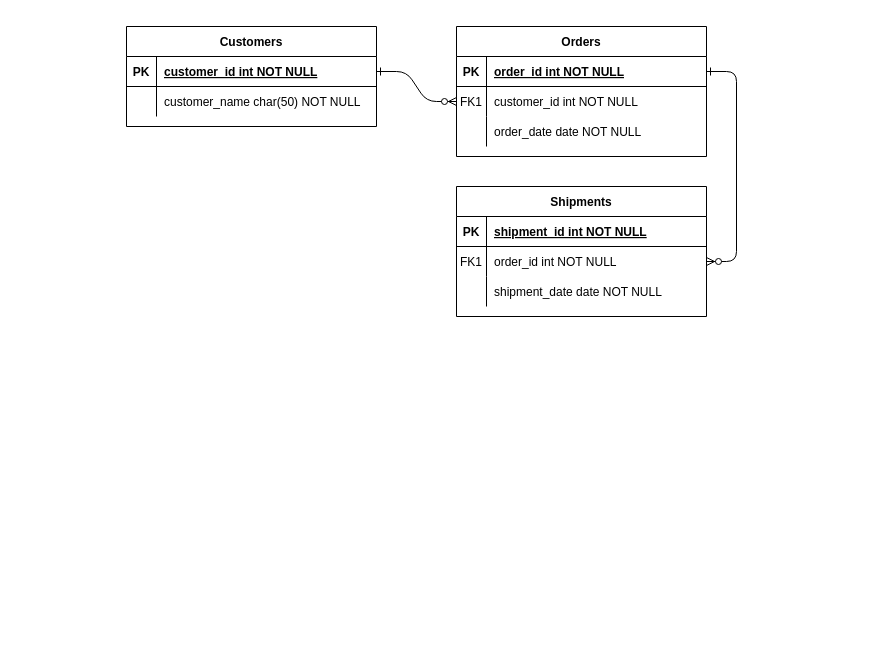
Above: GameShopERD.drawio in OmerMubarak/verbose-octo-journey (draw.io), before the change. Source tidied: cells renumbered, new cells numbered last; positions are measured from the earlier drawing's top-left corner, leaving out a move shared by most shapes. Both pictures are drawn from the tidied source at 100%, with x=0, y=0 at pixel (126, 26).
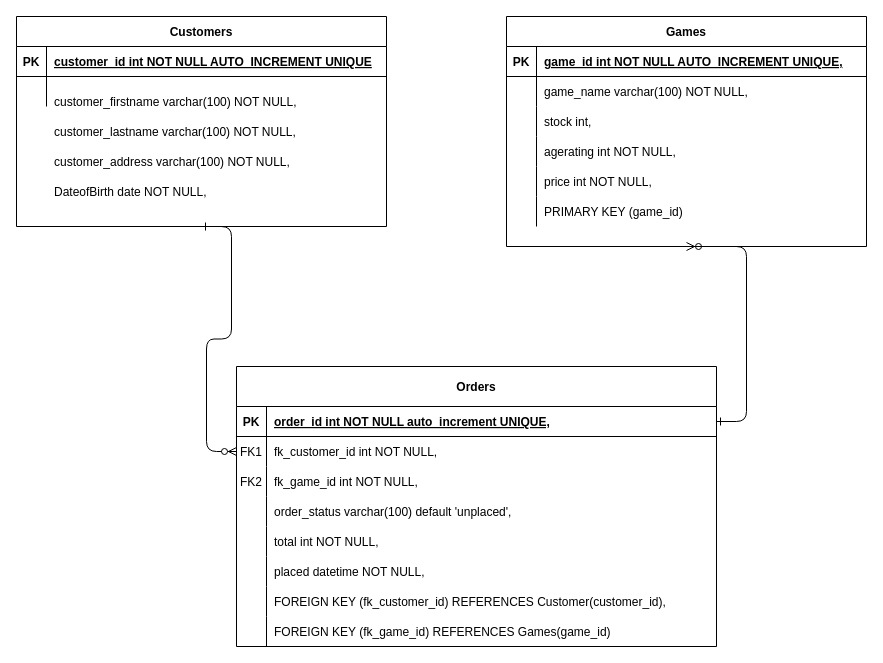
After the change.

Change to the diagram source:
```diff
@@
-    <mxCell id="2" style="edgeStyle=entityRelationEdgeStyle;endArrow=ERzeroToMany;startArrow=ERone;endFill=1;startFill=0;" parent="1" edge="1" source="25" target="8">
+    <mxCell id="2" style="edgeStyle=entityRelationEdgeStyle;endArrow=ERzeroToMany;startArrow=ERone;endFill=1;startFill=0;exitX=0.5;exitY=1;exitDx=0;exitDy=0;" parent="1" edge="1" source="24" target="8">
       <mxGeometry relative="1" as="geometry" />
     </mxCell>
-    <mxCell id="3" style="edgeStyle=entityRelationEdgeStyle;endArrow=ERzeroToMany;startArrow=ERone;endFill=1;startFill=0;" parent="1" edge="1" source="5" target="18">
+    <mxCell id="3" style="edgeStyle=entityRelationEdgeStyle;endArrow=ERzeroToMany;startArrow=ERone;endFill=1;startFill=0;entryX=0.5;entryY=1;entryDx=0;entryDy=0;" parent="1" edge="1" source="5" target="14">
       <mxGeometry relative="1" as="geometry" />
     </mxCell>
-    <mxCell id="4" value="Orders" style="shape=table;startSize=30;childLayout=tableLayout;rowLines=0;fontStyle=1;align=center;" parent="1" vertex="1">
-      <mxGeometry x="330" width="250" height="130" as="geometry" />
+    <mxCell id="4" value="Orders" style="shape=table;startSize=40;childLayout=tableLayout;rowLines=0;fontStyle=1;align=center;" parent="1" vertex="1">
+      <mxGeometry x="110" y="340" width="480" height="280" as="geometry" />
     </mxCell>
     <mxCell id="5" style="shape=partialRectangle;fillColor=none;points=[[0,0.5],[1,0.5]];portConstraint=eastwest;top=0;left=0;right=0;bottom=1;" parent="4" vertex="1">
-      <mxGeometry y="30" width="250" height="30" as="geometry" />
+      <mxGeometry y="40" width="480" height="30" as="geometry" />
     </mxCell>
@@
-    <mxCell id="7" value="order_id int NOT NULL " style="shape=partialRectangle;overflow=hidden;fillColor=none;top=0;left=0;bottom=0;right=0;align=left;spacingLeft=6;fontStyle=5;" parent="5" vertex="1">
-      <mxGeometry x="30" width="220" height="30" as="geometry" />
+    <mxCell id="7" value="order_id int NOT NULL auto_increment UNIQUE," style="shape=partialRectangle;overflow=hidden;fillColor=none;top=0;left=0;bottom=0;right=0;align=left;spacingLeft=6;fontStyle=5;" parent="5" vertex="1">
+      <mxGeometry x="30" width="450" height="30" as="geometry" />
     </mxCell>
     <mxCell id="8" style="shape=partialRectangle;fillColor=none;points=[[0,0.5],[1,0.5]];portConstraint=eastwest;top=0;left=0;right=0;bottom=0;" parent="4" vertex="1">
-      <mxGeometry y="60" width="250" height="30" as="geometry" />
+      <mxGeometry y="70" width="480" height="30" as="geometry" />
     </mxCell>
@@
-    <mxCell id="10" value="customer_id int NOT NULL" style="shape=partialRectangle;overflow=hidden;fillColor=none;top=0;left=0;bottom=0;right=0;align=left;spacingLeft=6;" parent="8" vertex="1">
-      <mxGeometry x="30" width="220" height="30" as="geometry" />
+    <mxCell id="10" value="fk_customer_id int NOT NULL," style="shape=partialRectangle;overflow=hidden;fillColor=none;top=0;left=0;bottom=0;right=0;align=left;spacingLeft=6;" parent="8" vertex="1">
+      <mxGeometry x="30" width="450" height="30" as="geometry" />
     </mxCell>
     <mxCell id="11" style="shape=partialRectangle;fillColor=none;top=0;left=0;right=0;bottom=0;" parent="4" vertex="1">
-      <mxGeometry y="90" width="250" height="30" as="geometry" />
+      <mxGeometry y="100" width="480" height="30" as="geometry" />
     </mxCell>
-    <mxCell id="12" style="shape=partialRectangle;overflow=hidden;fillColor=none;top=0;left=0;bottom=0;right=0;" parent="11" vertex="1">
+    <mxCell id="12" value="FK2" style="shape=partialRectangle;overflow=hidden;fillColor=none;top=0;left=0;bottom=0;right=0;" parent="11" vertex="1">
       <mxGeometry width="30" height="30" as="geometry" />
     </mxCell>
-    <mxCell id="13" value="order_date date NOT NULL" style="shape=partialRectangle;overflow=hidden;fillColor=none;top=0;left=0;bottom=0;right=0;align=left;spacingLeft=6;" parent="11" vertex="1">
-      <mxGeometry x="30" width="220" height="30" as="geometry" />
+    <mxCell id="13" value="fk_game_id int NOT NULL," style="shape=partialRectangle;overflow=hidden;fillColor=none;top=0;left=0;bottom=0;right=0;align=left;spacingLeft=6;" parent="11" vertex="1">
+      <mxGeometry x="30" width="450" height="30" as="geometry" />
     </mxCell>
+    <mxCell id="31" style="shape=partialRectangle;fillColor=none;top=0;left=0;right=0;bottom=0;" parent="4" vertex="1">
+      <mxGeometry y="130" width="480" height="30" as="geometry" />
+    </mxCell>
+    <mxCell id="32" style="shape=partialRectangle;overflow=hidden;fillColor=none;top=0;left=0;bottom=0;right=0;" parent="31" vertex="1">
+      <mxGeometry width="30" height="30" as="geometry" />
+    </mxCell>
+    <mxCell id="33" value="order_status varchar(100) default 'unplaced'," style="shape=partialRectangle;overflow=hidden;fillColor=none;top=0;left=0;bottom=0;right=0;align=left;spacingLeft=6;" parent="31" vertex="1">
+      <mxGeometry x="30" width="450" height="30" as="geometry" />
+    </mxCell>
+    <mxCell id="34" style="shape=partialRectangle;fillColor=none;top=0;left=0;right=0;bottom=0;" parent="4" vertex="1">
+      <mxGeometry y="160" width="480" height="30" as="geometry" />
+    </mxCell>
+    <mxCell id="35" style="shape=partialRectangle;overflow=hidden;fillColor=none;top=0;left=0;bottom=0;right=0;" parent="34" vertex="1">
+      <mxGeometry width="30" height="30" as="geometry" />
+    </mxCell>
+    <mxCell id="36" value="total int NOT NULL," style="shape=partialRectangle;overflow=hidden;fillColor=none;top=0;left=0;bottom=0;right=0;align=left;spacingLeft=6;" parent="34" vertex="1">
+      <mxGeometry x="30" width="450" height="30" as="geometry" />
+    </mxCell>
+    <mxCell id="37" style="shape=partialRectangle;fillColor=none;top=0;left=0;right=0;bottom=0;" parent="4" vertex="1">
+      <mxGeometry y="190" width="480" height="30" as="geometry" />
+    </mxCell>
+    <mxCell id="38" style="shape=partialRectangle;overflow=hidden;fillColor=none;top=0;left=0;bottom=0;right=0;" parent="37" vertex="1">
+      <mxGeometry width="30" height="30" as="geometry" />
+    </mxCell>
+    <mxCell id="39" value="placed datetime NOT NULL," style="shape=partialRectangle;overflow=hidden;fillColor=none;top=0;left=0;bottom=0;right=0;align=left;spacingLeft=6;" parent="37" vertex="1">
+      <mxGeometry x="30" width="450" height="30" as="geometry" />
+    </mxCell>
+    <mxCell id="40" style="shape=partialRectangle;fillColor=none;top=0;left=0;right=0;bottom=0;" parent="4" vertex="1">
+      <mxGeometry y="220" width="480" height="30" as="geometry" />
+    </mxCell>
+    <mxCell id="41" style="shape=partialRectangle;overflow=hidden;fillColor=none;top=0;left=0;bottom=0;right=0;" parent="40" vertex="1">
+      <mxGeometry width="30" height="30" as="geometry" />
+    </mxCell>
+    <mxCell id="42" value="FOREIGN KEY (fk_customer_id) REFERENCES Customer(customer_id)," style="shape=partialRectangle;overflow=hidden;fillColor=none;top=0;left=0;bottom=0;right=0;align=left;spacingLeft=6;" parent="40" vertex="1">
+      <mxGeometry x="30" width="450" height="30" as="geometry" />
+    </mxCell>
+    <mxCell id="43" style="shape=partialRectangle;fillColor=none;top=0;left=0;right=0;bottom=0;" parent="4" vertex="1">
+      <mxGeometry y="250" width="480" height="30" as="geometry" />
+    </mxCell>
+    <mxCell id="44" style="shape=partialRectangle;overflow=hidden;fillColor=none;top=0;left=0;bottom=0;right=0;" parent="43" vertex="1">
+      <mxGeometry width="30" height="30" as="geometry" />
+    </mxCell>
+    <mxCell id="45" value="FOREIGN KEY (fk_game_id) REFERENCES Games(game_id)" style="shape=partialRectangle;overflow=hidden;fillColor=none;top=0;left=0;bottom=0;right=0;align=left;spacingLeft=6;" parent="43" vertex="1">
+      <mxGeometry x="30" width="450" height="30" as="geometry" />
+    </mxCell>
-    <mxCell id="14" value="Shipments" style="shape=table;startSize=30;childLayout=tableLayout;rowLines=0;fontStyle=1;align=center;" parent="1" vertex="1">
-      <mxGeometry x="330" y="160" width="250" height="130" as="geometry" />
+    <mxCell id="14" value="Games" style="shape=table;startSize=30;childLayout=tableLayout;rowLines=0;fontStyle=1;align=center;" parent="1" vertex="1">
+      <mxGeometry x="380" y="-10" width="360" height="230" as="geometry" />
     </mxCell>
     <mxCell id="15" style="shape=partialRectangle;fillColor=none;top=0;left=0;right=0;bottom=1;" parent="14" vertex="1">
-      <mxGeometry y="30" width="250" height="30" as="geometry" />
+      <mxGeometry y="30" width="360" height="30" as="geometry" />
     </mxCell>
@@
-    <mxCell id="17" value="shipment_id int NOT NULL " style="shape=partialRectangle;overflow=hidden;fillColor=none;top=0;left=0;bottom=0;right=0;align=left;spacingLeft=6;fontStyle=5;" parent="15" vertex="1">
-      <mxGeometry x="30" width="220" height="30" as="geometry" />
+    <mxCell id="17" value="game_id int NOT NULL AUTO_INCREMENT UNIQUE," style="shape=partialRectangle;overflow=hidden;fillColor=none;top=0;left=0;bottom=0;right=0;align=left;spacingLeft=6;fontStyle=5;" parent="15" vertex="1">
+      <mxGeometry x="30" width="330" height="30" as="geometry" />
     </mxCell>
     <mxCell id="18" style="shape=partialRectangle;fillColor=none;points=[[0,0.5],[1,0.5]];portConstraint=eastwest;top=0;left=0;right=0;bottom=0;" parent="14" vertex="1">
-      <mxGeometry y="60" width="250" height="30" as="geometry" />
+      <mxGeometry y="60" width="360" height="30" as="geometry" />
     </mxCell>
-    <mxCell id="19" value="FK1" style="shape=partialRectangle;overflow=hidden;fillColor=none;top=0;left=0;bottom=0;right=0;" parent="18" vertex="1">
+    <mxCell id="19" style="shape=partialRectangle;overflow=hidden;fillColor=none;top=0;left=0;bottom=0;right=0;" parent="18" vertex="1">
       <mxGeometry width="30" height="30" as="geometry" />
     </mxCell>
-    <mxCell id="20" value="order_id int NOT NULL" style="shape=partialRectangle;overflow=hidden;fillColor=none;top=0;left=0;bottom=0;right=0;align=left;spacingLeft=6;" parent="18" vertex="1">
-      <mxGeometry x="30" width="220" height="30" as="geometry" />
+    <mxCell id="20" value="game_name varchar(100) NOT NULL," style="shape=partialRectangle;overflow=hidden;fillColor=none;top=0;left=0;bottom=0;right=0;align=left;spacingLeft=6;" parent="18" vertex="1">
+      <mxGeometry x="30" width="330" height="30" as="geometry" />
     </mxCell>
     <mxCell id="21" style="shape=partialRectangle;fillColor=none;top=0;left=0;right=0;bottom=0;" parent="14" vertex="1">
-      <mxGeometry y="90" width="250" height="30" as="geometry" />
+      <mxGeometry y="90" width="360" height="30" as="geometry" />
     </mxCell>
@@
-    <mxCell id="23" value="shipment_date date NOT NULL" style="shape=partialRectangle;overflow=hidden;fillColor=none;top=0;left=0;bottom=0;right=0;align=left;spacingLeft=6;" parent="21" vertex="1">
-      <mxGeometry x="30" width="220" height="30" as="geometry" />
+    <mxCell id="23" value="stock int," style="shape=partialRectangle;overflow=hidden;fillColor=none;top=0;left=0;bottom=0;right=0;align=left;spacingLeft=6;" parent="21" vertex="1">
+      <mxGeometry x="30" width="330" height="30" as="geometry" />
     </mxCell>
+    <mxCell id="46" style="shape=partialRectangle;fillColor=none;top=0;left=0;right=0;bottom=0;" parent="14" vertex="1">
+      <mxGeometry y="120" width="360" height="30" as="geometry" />
+    </mxCell>
+    <mxCell id="47" style="shape=partialRectangle;overflow=hidden;fillColor=none;top=0;left=0;bottom=0;right=0;" parent="46" vertex="1">
+      <mxGeometry width="30" height="30" as="geometry" />
+    </mxCell>
+    <mxCell id="48" value="agerating int NOT NULL," style="shape=partialRectangle;overflow=hidden;fillColor=none;top=0;left=0;bottom=0;right=0;align=left;spacingLeft=6;" parent="46" vertex="1">
+      <mxGeometry x="30" width="330" height="30" as="geometry" />
+    </mxCell>
+    <mxCell id="49" style="shape=partialRectangle;fillColor=none;top=0;left=0;right=0;bottom=0;" parent="14" vertex="1">
+      <mxGeometry y="150" width="360" height="30" as="geometry" />
+    </mxCell>
+    <mxCell id="50" style="shape=partialRectangle;overflow=hidden;fillColor=none;top=0;left=0;bottom=0;right=0;" parent="49" vertex="1">
+      <mxGeometry width="30" height="30" as="geometry" />
+    </mxCell>
+    <mxCell id="51" value="price int NOT NULL," style="shape=partialRectangle;overflow=hidden;fillColor=none;top=0;left=0;bottom=0;right=0;align=left;spacingLeft=6;" parent="49" vertex="1">
+      <mxGeometry x="30" width="330" height="30" as="geometry" />
+    </mxCell>
+    <mxCell id="52" style="shape=partialRectangle;fillColor=none;top=0;left=0;right=0;bottom=0;" parent="14" vertex="1">
+      <mxGeometry y="180" width="360" height="30" as="geometry" />
+    </mxCell>
+    <mxCell id="53" style="shape=partialRectangle;overflow=hidden;fillColor=none;top=0;left=0;bottom=0;right=0;" parent="52" vertex="1">
+      <mxGeometry width="30" height="30" as="geometry" />
+    </mxCell>
+    <mxCell id="54" value="PRIMARY KEY (game_id)" style="shape=partialRectangle;overflow=hidden;fillColor=none;top=0;left=0;bottom=0;right=0;align=left;spacingLeft=6;" parent="52" vertex="1">
+      <mxGeometry x="30" width="330" height="30" as="geometry" />
+    </mxCell>
     <mxCell id="24" value="Customers" style="shape=table;startSize=30;childLayout=tableLayout;rowLines=0;fontStyle=1;align=center;" parent="1" vertex="1">
-      <mxGeometry width="250" height="100" as="geometry" />
+      <mxGeometry x="-110" y="-10" width="370" height="210" as="geometry" />
     </mxCell>
     <mxCell id="25" style="shape=partialRectangle;fillColor=none;points=[[0,0.5],[1,0.5]];portConstraint=eastwest;top=0;left=0;right=0;bottom=1;" parent="24" vertex="1">
-      <mxGeometry y="30" width="250" height="30" as="geometry" />
+      <mxGeometry y="30" width="370" height="30" as="geometry" />
     </mxCell>
@@
-    <mxCell id="27" value="customer_id int NOT NULL " style="shape=partialRectangle;overflow=hidden;fillColor=none;top=0;left=0;bottom=0;right=0;align=left;spacingLeft=6;fontStyle=5;" parent="25" vertex="1">
-      <mxGeometry x="30" width="220" height="30" as="geometry" />
+    <mxCell id="27" style="shape=partialRectangle;overflow=hidden;fillColor=none;top=0;left=0;bottom=0;right=0;align=left;spacingLeft=6;fontStyle=5;" parent="25" vertex="1">
+      <mxGeometry x="30" width="340" height="30" as="geometry" />
     </mxCell>
     <mxCell id="28" style="shape=partialRectangle;fillColor=none;top=0;left=0;right=0;bottom=0;" parent="24" vertex="1">
-      <mxGeometry y="60" width="250" height="30" as="geometry" />
+      <mxGeometry y="60" width="370" height="30" as="geometry" />
     </mxCell>
@@
-    <mxCell id="30" value="customer_name char(50) NOT NULL" style="shape=partialRectangle;overflow=hidden;fillColor=none;top=0;left=0;bottom=0;right=0;align=left;spacingLeft=6;" parent="28" vertex="1">
-      <mxGeometry x="30" width="220" height="30" as="geometry" />
+    <mxCell id="30" style="shape=partialRectangle;overflow=hidden;fillColor=none;top=0;left=0;bottom=0;right=0;align=left;spacingLeft=6;" parent="28" vertex="1">
+      <mxGeometry x="30" width="340" height="30" as="geometry" />
     </mxCell>
+    <mxCell id="55" value="customer_firstname varchar(100) NOT NULL," style="shape=partialRectangle;overflow=hidden;fillColor=none;top=0;left=0;bottom=0;right=0;align=left;spacingLeft=6;" parent="1" vertex="1">
+      <mxGeometry x="-80" y="60" width="340" height="30" as="geometry" />
+    </mxCell>
+    <mxCell id="56" value="customer_lastname varchar(100) NOT NULL," style="shape=partialRectangle;overflow=hidden;fillColor=none;top=0;left=0;bottom=0;right=0;align=left;spacingLeft=6;" parent="1" vertex="1">
+      <mxGeometry x="-80" y="90" width="340" height="30" as="geometry" />
+    </mxCell>
+    <mxCell id="57" value="customer_address varchar(100) NOT NULL," style="shape=partialRectangle;overflow=hidden;fillColor=none;top=0;left=0;bottom=0;right=0;align=left;spacingLeft=6;" parent="1" vertex="1">
+      <mxGeometry x="-80" y="120" width="340" height="30" as="geometry" />
+    </mxCell>
+    <mxCell id="58" value="DateofBirth date NOT NULL," style="shape=partialRectangle;overflow=hidden;fillColor=none;top=0;left=0;bottom=0;right=0;align=left;spacingLeft=6;" parent="1" vertex="1">
+      <mxGeometry x="-80" y="150" width="340" height="30" as="geometry" />
+    </mxCell>
+    <mxCell id="59" value="customer_id int NOT NULL AUTO_INCREMENT UNIQUE" style="shape=partialRectangle;overflow=hidden;fillColor=none;top=0;left=0;bottom=0;right=0;align=left;spacingLeft=6;fontStyle=5;" parent="1" vertex="1">
+      <mxGeometry x="-80" y="20" width="340" height="30" as="geometry" />
+    </mxCell>
```
